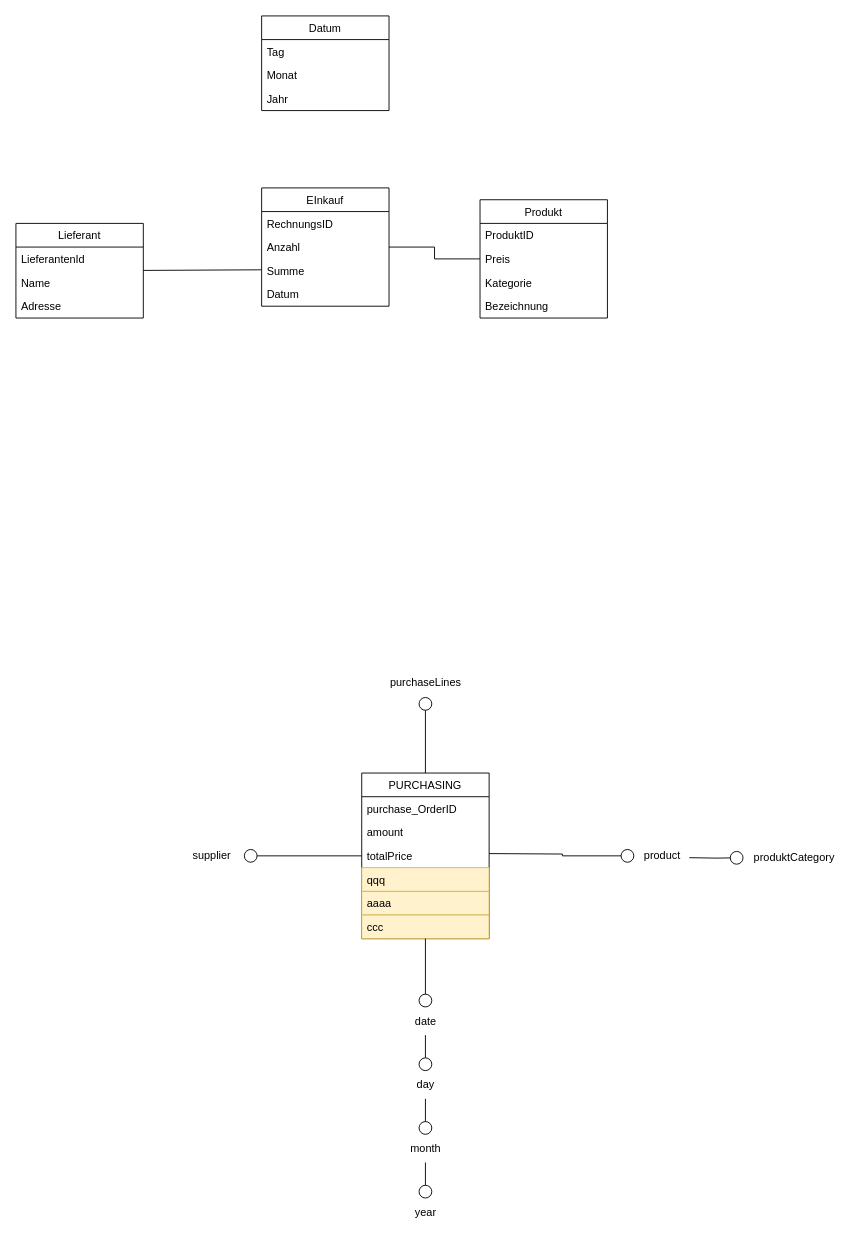
This is page "Einkauf" (6 of 7) of Datenbankmodell_Abgabe.drawio from Lukas313/PR-DKE, a draw.io file, before an edit. Source tidied: cells renumbered, new cells numbered last; positions are measured from the earlier drawing's top-left corner, leaving out a move shared by most shapes. Both pictures are drawn from the tidied source at 91%, with x=0, y=0 at pixel (15, 15).
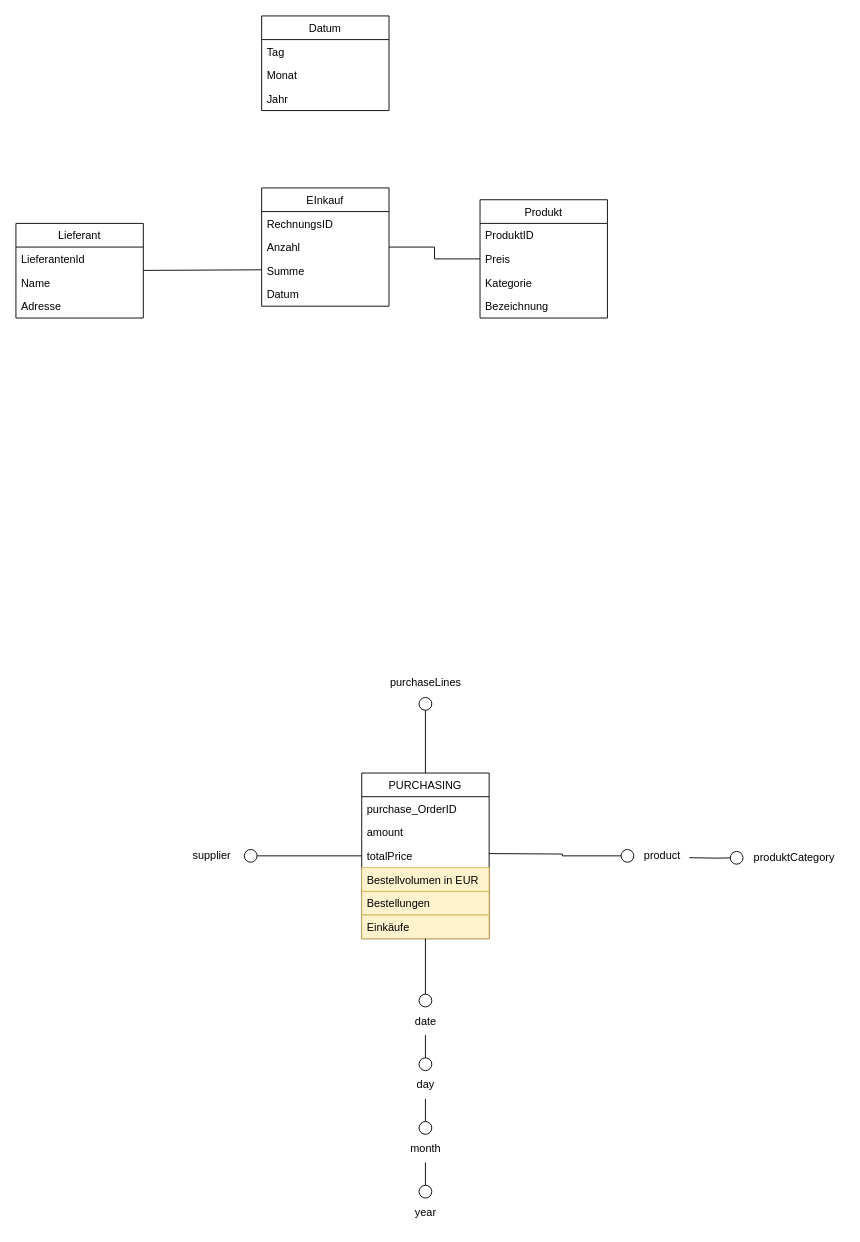
Above is the later version.

Unchanged cells that the change refers to:
```xml
<mxCell id="23" value="PURCHASING" style="swimlane;fontStyle=0;horizontal=1;startSize=26;fillColor=none;" parent="1" vertex="1">
  <mxGeometry x="380" y="832" width="140" height="182" as="geometry" />
</mxCell>
```

Change to the diagram source:
```diff
@@
-    <mxCell id="27" value="qqq" style="text;strokeColor=#d6b656;fillColor=#fff2cc;align=left;verticalAlign=top;spacingLeft=4;spacingRight=4;overflow=hidden;" parent="23" vertex="1">
+    <mxCell id="27" value="Bestellvolumen in EUR" style="text;strokeColor=#d6b656;fillColor=#fff2cc;align=left;verticalAlign=top;spacingLeft=4;spacingRight=4;overflow=hidden;" parent="23" vertex="1">
       <mxGeometry y="104" width="140" height="26" as="geometry" />
     </mxCell>
-    <mxCell id="28" value="aaaa" style="text;strokeColor=#d6b656;fillColor=#fff2cc;align=left;verticalAlign=top;spacingLeft=4;spacingRight=4;overflow=hidden;" parent="23" vertex="1">
+    <mxCell id="28" value="Bestellungen" style="text;strokeColor=#d6b656;fillColor=#fff2cc;align=left;verticalAlign=top;spacingLeft=4;spacingRight=4;overflow=hidden;" parent="23" vertex="1">
       <mxGeometry y="130" width="140" height="26" as="geometry" />
     </mxCell>
-    <mxCell id="29" value="ccc" style="text;strokeColor=#d6b656;fillColor=#fff2cc;align=left;verticalAlign=top;spacingLeft=4;spacingRight=4;overflow=hidden;" parent="23" vertex="1">
+    <mxCell id="29" value="Einkäufe" style="text;strokeColor=#d6b656;fillColor=#fff2cc;align=left;verticalAlign=top;spacingLeft=4;spacingRight=4;overflow=hidden;" parent="23" vertex="1">
       <mxGeometry y="156" width="140" height="26" as="geometry" />
     </mxCell>
```
